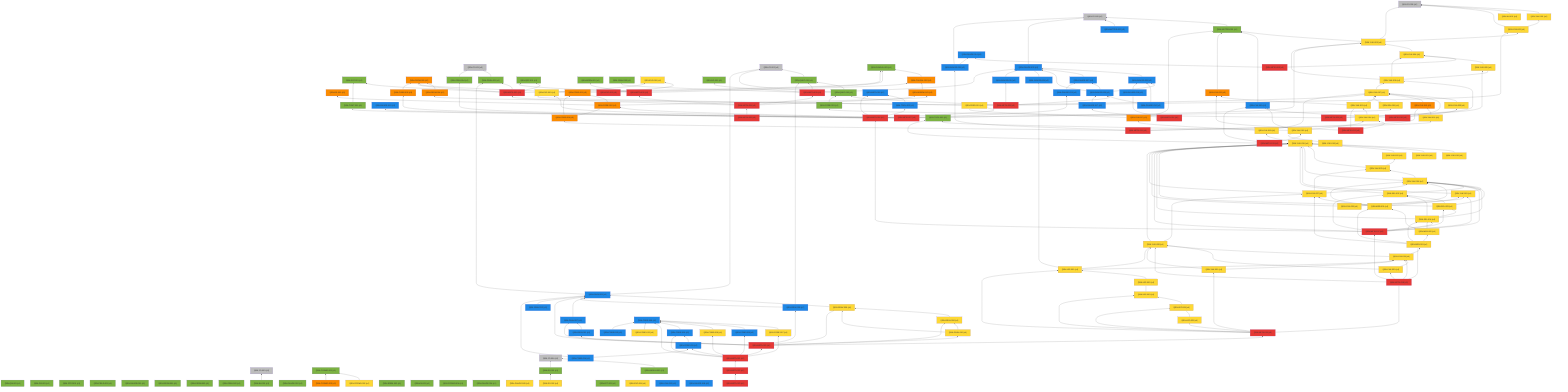
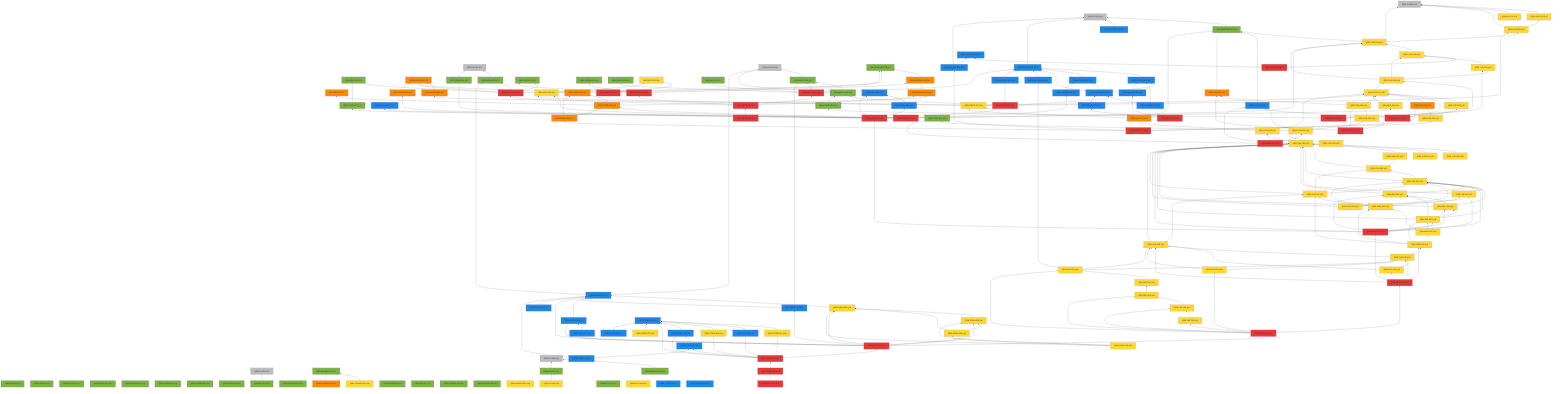
%% 自動生成 (dag/report.pl) — QRN 主張依存グラフ
graph BT
  QRN_C0_001["QRN-C0-001 (c0)"]:::c0
  QRN_C0_002["QRN-C0-002 (c0)"]:::c0
  QRN_C0_003["QRN-C0-003 (c0)"]:::c0
  QRN_C0_004["QRN-C0-004 (c0)"]:::c0
  QRN_C0_005["QRN-C0-005 (c0)"]:::c0
  QRN_C0_006["QRN-C0-006 (c0)"]:::c0
  QRN_QM_001["QRN-QM-001 (c1)"]:::c1
  QRN_GR_001["QRN-GR-001 (c1)"]:::c1
  QRN_STAT_001["QRN-STAT-001 (c1)"]:::c1
  QRN_FIELD_001["QRN-FIELD-001 (c1)"]:::c1
  QRN_GAUGE_001["QRN-GAUGE-001 (c1)"]:::c1
  QRN_ENT_001["QRN-ENT-001 (c1)"]:::c1
  QRN_GEOM_001["QRN-GEOM-001 (c1)"]:::c1
  QRN_GEOM_002["QRN-GEOM-002 (c1)"]:::c1
  QRN_GEOM_003["QRN-GEOM-003 (c3)"]:::c3
  QRN_GRAV_001["QRN-GRAV-001 (c1)"]:::c1
  QRN_GRAV_002["QRN-GRAV-002 (c1)"]:::c1
  QRN_BH_001["QRN-BH-001 (c1)"]:::c1
  QRN_CAUSAL_001["QRN-CAUSAL-001 (c1)"]:::c1
  QRN_CAUSAL_002["QRN-CAUSAL-002 (c3)"]:::c3
  QRN_ER_001["QRN-ER-001 (c3)"]:::c3
  QRN_QEC_001["QRN-QEC-001 (c1)"]:::c1
  QRN_GAUGE_002["QRN-GAUGE-002 (c1)"]:::c1
  QRN_COSMO_001["QRN-COSMO-001 (c1)"]:::c1
  QRN_COSMO_002["QRN-COSMO-002 (c4)"]:::c4
  QRN_COSMO_003["QRN-COSMO-003 (c3)"]:::c3
  QRN_BORN_001["QRN-BORN-001 (c1)"]:::c1
  QRN_BORN_002["QRN-BORN-002 (c1)"]:::c1
  QRN_GRAV_003["QRN-GRAV-003 (c1)"]:::c1
  QRN_KK_001["QRN-KK-001 (c1)"]:::c1
  QRN_MATTER_001["QRN-MATTER-001 (c1)"]:::c1
  QRN_MATTER_002["QRN-MATTER-002 (c2)"]:::c2
  QRN_COSMO_004["QRN-COSMO-004 (c1)"]:::c1
  QRN_EXP_001["QRN-EXP-001 (c4)"]:::c4
  QRN_GAUGE_003["QRN-GAUGE-003 (c2)"]:::c2
  QRN_GAUGE_004["QRN-GAUGE-004 (c1)"]:::c1
  QRN_GAUGE_005["QRN-GAUGE-005 (c4)"]:::c4
  QRN_YUK_001["QRN-YUK-001 (c4)"]:::c4
  QRN_RG_001["QRN-RG-001 (c1)"]:::c1
  QRN_UNRUH_001["QRN-UNRUH-001 (c1)"]:::c1
  QRN_QNEC_001["QRN-QNEC-001 (c1)"]:::c1
  QRN_NU_001["QRN-NU-001 (c4)"]:::c4
  QRN_GAUGE_006["QRN-GAUGE-006 (c2)"]:::c2
  QRN_DS_001["QRN-DS-001 (c1)"]:::c1
  QRN_DS_002["QRN-DS-002 (c4)"]:::c4
  QRN_ARROW_001["QRN-ARROW-001 (c3)"]:::c3
  QRN_GAUGE_007["QRN-GAUGE-007 (c2)"]:::c2
  QRN_EFT_001["QRN-EFT-001 (c1)"]:::c1
  QRN_GAUGE_008["QRN-GAUGE-008 (c2)"]:::c2
  QRN_GAUGE_009["QRN-GAUGE-009 (c2)"]:::c2
  QRN_GAUGE_010["QRN-GAUGE-010 (c2)"]:::c2
  QRN_QNEC_002["QRN-QNEC-002 (c1)"]:::c1
  QRN_GEOM_004["QRN-GEOM-004 (c3)"]:::c3
  QRN_YUK_002["QRN-YUK-002 (c4)"]:::c4
  QRN_EXP_002["QRN-EXP-002 (c5)"]:::c5
  QRN_CORE_001["QRN-CORE-001 (c3)"]:::c3
  QRN_GAUGE_011["QRN-GAUGE-011 (c2)"]:::c2
  QRN_GAUGE_012["QRN-GAUGE-012 (c2)"]:::c2
  QRN_YUK_003["QRN-YUK-003 (c4)"]:::c4
  QRN_EXP_003["QRN-EXP-003 (c4)"]:::c4
  QRN_CORE_002["QRN-CORE-002 (c3)"]:::c3
  QRN_GAUGE_013["QRN-GAUGE-013 (c2)"]:::c2
  QRN_YUK_004["QRN-YUK-004 (c4)"]:::c4
  QRN_GAUGE_014["QRN-GAUGE-014 (c2)"]:::c2
  QRN_META_001["QRN-META-001 (c5)"]:::c5
  QRN_META_002["QRN-META-002 (c5)"]:::c5
  QRN_META_003["QRN-META-003 (c5)"]:::c5
  QRN_META_004["QRN-META-004 (c5)"]:::c5
  QRN_META_005["QRN-META-005 (c5)"]:::c5
  QRN_META_006["QRN-META-006 (c5)"]:::c5
  QRN_META_007["QRN-META-007 (c5)"]:::c5
  QRN_META_008["QRN-META-008 (c5)"]:::c5
  QRN_YUK_005["QRN-YUK-005 (c4)"]:::c4
  QRN_YUK_006["QRN-YUK-006 (c4)"]:::c4
  QRN_CORE_003["QRN-CORE-003 (c1)"]:::c1
  QRN_META_009["QRN-META-009 (c5)"]:::c5
  QRN_YUK_007["QRN-YUK-007 (c4)"]:::c4
  QRN_YUK_008["QRN-YUK-008 (c4)"]:::c4
  QRN_YUK_009["QRN-YUK-009 (c2)"]:::c2
  QRN_META_010["QRN-META-010 (c5)"]:::c5
  QRN_GAUGE_015["QRN-GAUGE-015 (c2)"]:::c2
  QRN_YUK_010["QRN-YUK-010 (c3)"]:::c3
  QRN_YUK_011["QRN-YUK-011 (c4)"]:::c4
  QRN_CORE_004["QRN-CORE-004 (c3)"]:::c3
  QRN_META_011["QRN-META-011 (c5)"]:::c5
  QRN_YUK_012["QRN-YUK-012 (c3)"]:::c3
  QRN_YUK_013["QRN-YUK-013 (c4)"]:::c4
  QRN_YUK_014["QRN-YUK-014 (c4)"]:::c4
  QRN_META_012["QRN-META-012 (c5)"]:::c5
  QRN_TOOL_001["QRN-TOOL-001 (c1)"]:::c1
  QRN_YUK_015["QRN-YUK-015 (c4)"]:::c4
  QRN_META_013["QRN-META-013 (c5)"]:::c5
  QRN_GAUGE_016["QRN-GAUGE-016 (c2)"]:::c2
  QRN_GAUGE_017["QRN-GAUGE-017 (c2)"]:::c2
  QRN_META_014["QRN-META-014 (c5)"]:::c5
  QRN_META_015["QRN-META-015 (c2)"]:::c2
  QRN_TOOL_002["QRN-TOOL-002 (c2)"]:::c2
  QRN_CORE_005["QRN-CORE-005 (c3)"]:::c3
  QRN_CONT_001["QRN-CONT-001 (c1)"]:::c1
  QRN_SEL_001["QRN-SEL-001 (c4)"]:::c4
  QRN_GRAV_004["QRN-GRAV-004 (c1)"]:::c1
  QRN_PRED_001["QRN-PRED-001 (c4)"]:::c4
  QRN_META_016["QRN-META-016 (c5)"]:::c5
  QRN_YUK_016["QRN-YUK-016 (c4)"]:::c4
  QRN_YUK_017["QRN-YUK-017 (c3)"]:::c3
  QRN_YUK_018["QRN-YUK-018 (c4)"]:::c4
  QRN_YUK_019["QRN-YUK-019 (c4)"]:::c4
  QRN_YUK_020["QRN-YUK-020 (c4)"]:::c4
  QRN_YUK_021["QRN-YUK-021 (c4)"]:::c4
  QRN_YUK_022["QRN-YUK-022 (c4)"]:::c4
  QRN_YUK_023["QRN-YUK-023 (c4)"]:::c4
  QRN_YUK_024["QRN-YUK-024 (c4)"]:::c4
  QRN_YUK_025["QRN-YUK-025 (c4)"]:::c4
  QRN_SEL_002["QRN-SEL-002 (c4)"]:::c4
  QRN_SEL_003["QRN-SEL-003 (c4)"]:::c4
  QRN_SEL_004["QRN-SEL-004 (c4)"]:::c4
  QRN_META_017["QRN-META-017 (c5)"]:::c5
  QRN_YUK_026["QRN-YUK-026 (c4)"]:::c4
  QRN_YUK_027["QRN-YUK-027 (c4)"]:::c4
  QRN_MSR_001["QRN-MSR-001 (c4)"]:::c4
  QRN_MSR_002["QRN-MSR-002 (c4)"]:::c4
  QRN_MSR_003["QRN-MSR-003 (c4)"]:::c4
  QRN_YUK_028["QRN-YUK-028 (c4)"]:::c4
  QRN_YUK_029["QRN-YUK-029 (c4)"]:::c4
  QRN_YUK_030["QRN-YUK-030 (c4)"]:::c4
  QRN_META_018["QRN-META-018 (c5)"]:::c5
  QRN_YUK_031["QRN-YUK-031 (c4)"]:::c4
  QRN_LEP_001["QRN-LEP-001 (c4)"]:::c4
  QRN_LEP_002["QRN-LEP-002 (c4)"]:::c4
  QRN_LEP_003["QRN-LEP-003 (c4)"]:::c4
  QRN_LEP_004["QRN-LEP-004 (c4)"]:::c4
  QRN_LEP_005["QRN-LEP-005 (c4)"]:::c4
  QRN_META_019["QRN-META-019 (c5)"]:::c5
  QRN_GRAV_005["QRN-GRAV-005 (c2)"]:::c2
  QRN_GRAV_006["QRN-GRAV-006 (c4)"]:::c4
  QRN_GRAV_007["QRN-GRAV-007 (c2)"]:::c2
  QRN_GRAV_008["QRN-GRAV-008 (c4)"]:::c4
  QRN_GRAV_009["QRN-GRAV-009 (c2)"]:::c2
  QRN_GRAV_010["QRN-GRAV-010 (c4)"]:::c4
  QRN_GRAV_011["QRN-GRAV-011 (c2)"]:::c2
  QRN_META_020["QRN-META-020 (c5)"]:::c5
  QRN_CORE_006["QRN-CORE-006 (c2)"]:::c2
  QRN_CORE_007["QRN-CORE-007 (c4)"]:::c4
  QRN_CORE_008["QRN-CORE-008 (c2)"]:::c2
  QRN_CORE_009["QRN-CORE-009 (c4)"]:::c4
  QRN_CORE_010["QRN-CORE-010 (c2)"]:::c2
  QRN_CORE_011["QRN-CORE-011 (c2)"]:::c2
  QRN_META_021["QRN-META-021 (c5)"]:::c5
  QRN_CORE_012["QRN-CORE-012 (c4)"]:::c4
  QRN_EXP_004["QRN-EXP-004 (c4)"]:::c4
  QRN_CORE_013["QRN-CORE-013 (c2)"]:::c2
  QRN_GRAV_012["QRN-GRAV-012 (c2)"]:::c2
  QRN_YUK_032["QRN-YUK-032 (c2)"]:::c2
  QRN_GAUGE_018["QRN-GAUGE-018 (c2)"]:::c2
  QRN_META_022["QRN-META-022 (c5)"]:::c5
  QRN_META_023["QRN-META-023 (c5)"]:::c5
  QRN_CORE_014["QRN-CORE-014 (c2)"]:::c2
+   QRN_GRAV_013["QRN-GRAV-013 (c4)"]:::c4
  QRN_GRAV_001 --> QRN_C0_001
  QRN_BH_001 --> QRN_C0_003
  QRN_CAUSAL_002 --> QRN_CAUSAL_001
  QRN_COSMO_002 --> QRN_COSMO_001
  QRN_COSMO_003 --> QRN_COSMO_001
  QRN_MATTER_001 --> QRN_C0_005
  QRN_MATTER_002 --> QRN_C0_005
  QRN_GAUGE_003 --> QRN_C0_005
  QRN_YUK_001 --> QRN_C0_006
  QRN_UNRUH_001 --> QRN_C0_004
  QRN_QNEC_001 --> QRN_C0_002
  QRN_NU_001 --> QRN_C0_006
  QRN_GAUGE_006 --> QRN_GAUGE_003
  QRN_DS_001 --> QRN_C0_004
  QRN_DS_002 --> QRN_DS_001
  QRN_ARROW_001 --> QRN_CAUSAL_002
  QRN_GAUGE_007 --> QRN_GAUGE_003
  QRN_GAUGE_008 --> QRN_GAUGE_003
  QRN_GAUGE_008 --> QRN_GAUGE_006
  QRN_GAUGE_008 --> QRN_GAUGE_007
  QRN_GAUGE_009 --> QRN_GAUGE_003
  QRN_GAUGE_010 --> QRN_GAUGE_006
  QRN_GAUGE_010 --> QRN_GAUGE_008
  QRN_QNEC_002 --> QRN_C0_002
  QRN_QNEC_002 --> QRN_QNEC_001
  QRN_GEOM_004 --> QRN_GEOM_003
  QRN_YUK_002 --> QRN_C0_006
  QRN_YUK_002 --> QRN_YUK_001
  QRN_EXP_002 --> QRN_EXP_001
  QRN_CORE_001 --> QRN_GEOM_003
  QRN_CORE_001 --> QRN_CAUSAL_001
  QRN_GAUGE_011 --> QRN_GAUGE_003
  QRN_YUK_003 --> QRN_C0_006
  QRN_YUK_003 --> QRN_MATTER_001
  QRN_YUK_003 --> QRN_YUK_002
  QRN_EXP_003 --> QRN_EXP_001
  QRN_CORE_002 --> QRN_CORE_001
  QRN_CORE_002 --> QRN_ER_001
  QRN_CORE_002 --> QRN_ARROW_001
  QRN_GAUGE_013 --> QRN_GAUGE_007
  QRN_YUK_004 --> QRN_YUK_003
  QRN_META_001 --> QRN_GEOM_003
  QRN_META_001 --> QRN_GRAV_001
  QRN_META_001 --> QRN_CAUSAL_001
  QRN_META_001 --> QRN_QEC_001
  QRN_META_001 --> QRN_ENT_001
  QRN_META_002 --> QRN_QEC_001
  QRN_META_002 --> QRN_BORN_001
  QRN_META_002 --> QRN_CAUSAL_002
  QRN_META_003 --> QRN_GAUGE_003
  QRN_META_003 --> QRN_RG_001
  QRN_META_003 --> QRN_QNEC_001
  QRN_META_003 --> QRN_GRAV_003
  QRN_META_004 --> QRN_META_001
  QRN_META_004 --> QRN_META_002
  QRN_META_004 --> QRN_META_003
  QRN_META_004 --> QRN_ARROW_001
  QRN_META_005 --> QRN_META_004
  QRN_META_006 --> QRN_GAUGE_008
  QRN_META_006 --> QRN_QNEC_002
  QRN_META_006 --> QRN_GEOM_004
  QRN_META_006 --> QRN_YUK_002
  QRN_META_006 --> QRN_GAUGE_011
  QRN_META_007 --> QRN_GAUGE_012
  QRN_META_007 --> QRN_YUK_003
  QRN_META_007 --> QRN_EXP_003
  QRN_META_007 --> QRN_CORE_002
  QRN_META_007 --> QRN_GAUGE_013
  QRN_META_008 --> QRN_YUK_004
  QRN_META_008 --> QRN_GAUGE_014
  QRN_YUK_005 --> QRN_YUK_004
  QRN_YUK_006 --> QRN_YUK_003
  QRN_YUK_006 --> QRN_YUK_004
  QRN_YUK_006 --> QRN_YUK_005
  QRN_CORE_003 --> QRN_QNEC_002
  QRN_META_009 --> QRN_YUK_005
  QRN_META_009 --> QRN_YUK_006
  QRN_META_009 --> QRN_CORE_003
  QRN_YUK_007 --> QRN_YUK_006
  QRN_YUK_008 --> QRN_YUK_007
  QRN_YUK_009 --> QRN_MATTER_001
  QRN_META_010 --> QRN_YUK_007
  QRN_META_010 --> QRN_YUK_008
  QRN_META_010 --> QRN_YUK_009
  QRN_GAUGE_015 --> QRN_C0_005
  QRN_GAUGE_015 --> QRN_GAUGE_014
  QRN_YUK_010 --> QRN_YUK_007
  QRN_YUK_011 --> QRN_YUK_010
  QRN_CORE_004 --> QRN_CORE_001
  QRN_CORE_004 --> QRN_CORE_002
  QRN_META_011 --> QRN_GAUGE_015
  QRN_META_011 --> QRN_YUK_010
  QRN_META_011 --> QRN_YUK_011
  QRN_META_011 --> QRN_CORE_004
  QRN_YUK_012 --> QRN_MATTER_001
  QRN_YUK_013 --> QRN_YUK_012
  QRN_YUK_013 --> QRN_YUK_007
  QRN_YUK_014 --> QRN_YUK_013
  QRN_META_012 --> QRN_YUK_012
  QRN_META_012 --> QRN_YUK_013
  QRN_META_012 --> QRN_YUK_014
  QRN_YUK_015 --> QRN_YUK_014
  QRN_YUK_015 --> QRN_TOOL_001
  QRN_YUK_015 --> QRN_YUK_009
  QRN_META_013 --> QRN_YUK_015
  QRN_META_013 --> QRN_TOOL_001
  QRN_META_013 --> QRN_YUK_009
  QRN_GAUGE_016 --> QRN_GAUGE_006
  QRN_GAUGE_017 --> QRN_GAUGE_008
  QRN_META_014 --> QRN_GAUGE_016
  QRN_META_014 --> QRN_GAUGE_017
  QRN_TOOL_002 --> QRN_META_015
  QRN_CORE_005 --> QRN_GEOM_003
  QRN_CONT_001 --> QRN_ENT_001
  QRN_SEL_001 --> QRN_YUK_007
  QRN_GRAV_004 --> QRN_C0_001
  QRN_PRED_001 --> QRN_YUK_007
  QRN_PRED_001 --> QRN_EXP_003
  QRN_META_016 --> QRN_META_015
  QRN_META_016 --> QRN_TOOL_002
  QRN_META_016 --> QRN_CORE_005
  QRN_META_016 --> QRN_CONT_001
  QRN_META_016 --> QRN_SEL_001
  QRN_META_016 --> QRN_GRAV_004
  QRN_META_016 --> QRN_PRED_001
  QRN_YUK_016 --> QRN_YUK_015
  QRN_YUK_017 --> QRN_MATTER_001
  QRN_YUK_017 --> QRN_PRED_001
  QRN_YUK_018 --> QRN_YUK_017
  QRN_YUK_018 --> QRN_YUK_007
  QRN_YUK_019 --> QRN_YUK_018
  QRN_YUK_020 --> QRN_YUK_019
  QRN_YUK_021 --> QRN_YUK_019
  QRN_YUK_022 --> QRN_YUK_019
  QRN_YUK_023 --> QRN_YUK_019
  QRN_YUK_023 --> QRN_YUK_022
  QRN_YUK_024 --> QRN_YUK_019
  QRN_YUK_024 --> QRN_YUK_023
  QRN_YUK_025 --> QRN_YUK_019
  QRN_YUK_025 --> QRN_YUK_024
  QRN_SEL_002 --> QRN_YUK_019
  QRN_SEL_002 --> QRN_YUK_024
  QRN_SEL_003 --> QRN_YUK_019
  QRN_SEL_003 --> QRN_YUK_024
  QRN_SEL_003 --> QRN_SEL_002
  QRN_SEL_004 --> QRN_YUK_019
  QRN_SEL_004 --> QRN_YUK_024
  QRN_SEL_004 --> QRN_SEL_002
  QRN_SEL_004 --> QRN_SEL_003
  QRN_META_017 --> QRN_META_016
  QRN_META_017 --> QRN_YUK_019
  QRN_META_017 --> QRN_YUK_024
  QRN_META_017 --> QRN_YUK_025
  QRN_META_017 --> QRN_SEL_002
  QRN_META_017 --> QRN_SEL_003
  QRN_META_017 --> QRN_SEL_004
  QRN_YUK_026 --> QRN_YUK_019
  QRN_YUK_026 --> QRN_YUK_024
  QRN_YUK_026 --> QRN_YUK_025
  QRN_YUK_027 --> QRN_YUK_019
  QRN_YUK_027 --> QRN_YUK_023
  QRN_YUK_027 --> QRN_YUK_024
  QRN_MSR_001 --> QRN_YUK_024
  QRN_MSR_001 --> QRN_YUK_025
  QRN_MSR_001 --> QRN_YUK_027
  QRN_MSR_002 --> QRN_SEL_004
  QRN_MSR_002 --> QRN_MSR_001
  QRN_MSR_003 --> QRN_MSR_001
  QRN_MSR_003 --> QRN_MSR_002
  QRN_MSR_003 --> QRN_SEL_004
  QRN_MSR_003 --> QRN_YUK_027
  QRN_YUK_028 --> QRN_YUK_019
  QRN_YUK_028 --> QRN_YUK_027
  QRN_YUK_029 --> QRN_YUK_028
  QRN_YUK_029 --> QRN_MSR_003
  QRN_YUK_030 --> QRN_YUK_028
  QRN_YUK_030 --> QRN_YUK_029
  QRN_META_018 --> QRN_META_017
  QRN_META_018 --> QRN_MSR_003
  QRN_META_018 --> QRN_YUK_028
  QRN_META_018 --> QRN_YUK_029
  QRN_META_018 --> QRN_YUK_030
  QRN_YUK_031 --> QRN_YUK_028
  QRN_YUK_031 --> QRN_YUK_029
  QRN_LEP_001 --> QRN_YUK_028
  QRN_LEP_001 --> QRN_YUK_029
  QRN_LEP_001 --> QRN_GAUGE_009
  QRN_LEP_002 --> QRN_LEP_001
  QRN_LEP_003 --> QRN_LEP_002
  QRN_LEP_004 --> QRN_LEP_003
  QRN_LEP_005 --> QRN_LEP_004
  QRN_META_019 --> QRN_META_018
  QRN_META_019 --> QRN_YUK_031
  QRN_META_019 --> QRN_LEP_001
  QRN_META_019 --> QRN_LEP_003
  QRN_META_019 --> QRN_LEP_004
  QRN_META_019 --> QRN_LEP_005
  QRN_GRAV_005 --> QRN_C0_002
  QRN_GRAV_005 --> QRN_GRAV_001
  QRN_GRAV_006 --> QRN_GRAV_005
  QRN_GRAV_007 --> QRN_GRAV_005
  QRN_GRAV_008 --> QRN_GRAV_006
  QRN_GRAV_009 --> QRN_GRAV_005
  QRN_GRAV_009 --> QRN_QNEC_001
  QRN_GRAV_010 --> QRN_GRAV_006
  QRN_GRAV_010 --> QRN_GRAV_008
  QRN_GRAV_011 --> QRN_GRAV_007
  QRN_META_020 --> QRN_META_019
  QRN_META_020 --> QRN_GRAV_005
  QRN_META_020 --> QRN_GRAV_006
  QRN_META_020 --> QRN_GRAV_007
  QRN_META_020 --> QRN_GRAV_008
  QRN_META_020 --> QRN_GRAV_009
  QRN_META_020 --> QRN_GRAV_010
  QRN_META_020 --> QRN_GRAV_011
  QRN_CORE_007 --> QRN_CORE_006
  QRN_CORE_008 --> QRN_CORE_006
  QRN_CORE_009 --> QRN_CORE_006
  QRN_CORE_010 --> QRN_CORE_006
  QRN_CORE_011 --> QRN_CORE_010
  QRN_META_021 --> QRN_META_020
  QRN_META_021 --> QRN_CORE_006
  QRN_META_021 --> QRN_CORE_007
  QRN_META_021 --> QRN_CORE_008
  QRN_META_021 --> QRN_CORE_009
  QRN_META_021 --> QRN_CORE_010
  QRN_META_021 --> QRN_CORE_011
  QRN_CORE_012 --> QRN_CORE_006
  QRN_CORE_013 --> QRN_CORE_006
  QRN_GRAV_012 --> QRN_GRAV_005
  QRN_META_022 --> QRN_META_021
  QRN_META_023 --> QRN_META_022
  QRN_CORE_014 --> QRN_CORE_011
  QRN_CORE_014 --> QRN_GRAV_005
+   QRN_GRAV_013 --> QRN_GRAV_006
+   QRN_GRAV_013 --> QRN_GRAV_008
+   QRN_GRAV_013 --> QRN_GRAV_010
  classDef c0 fill:#bdbdbd
  classDef c1 fill:#7cb342
  classDef c2 fill:#1e88e5
  classDef c3 fill:#fb8c00
  classDef c4 fill:#fdd835
  classDef c5 fill:#e53935
